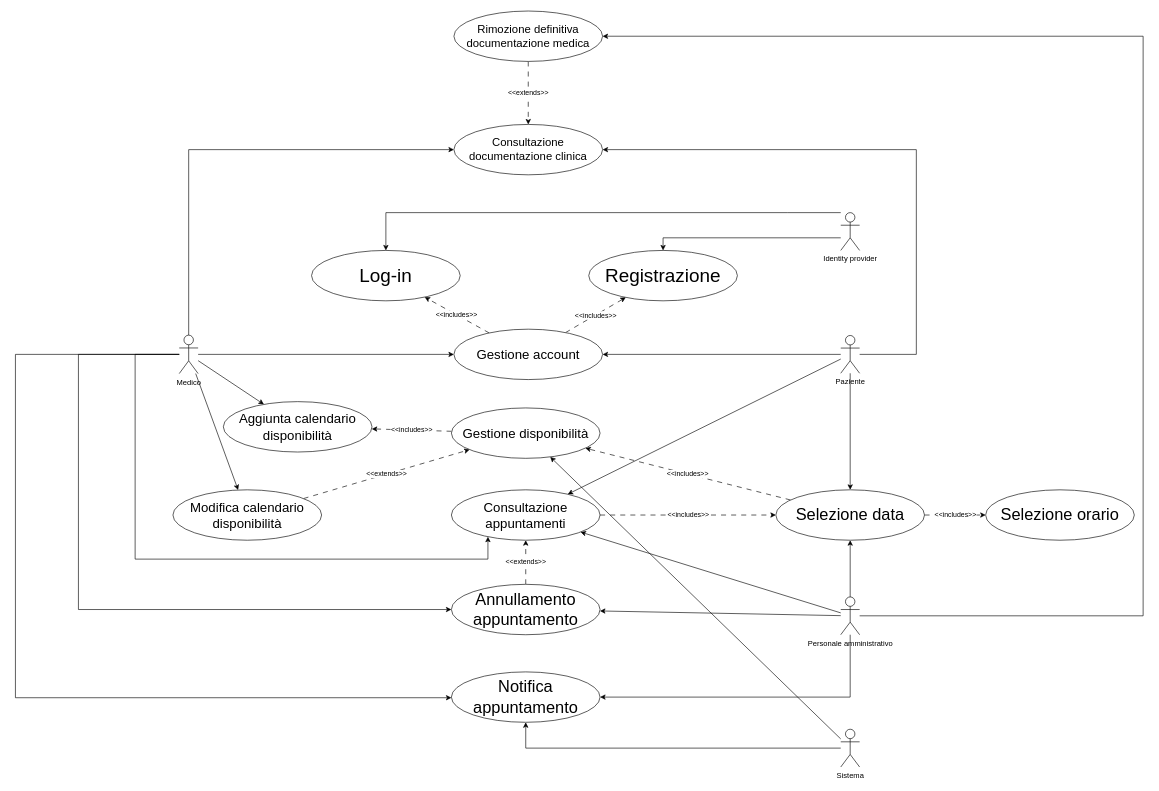
frncscrlnd/MedSync-Sistema-di-Gestione-Appuntamenti-e-Documentazione-Medica keeps this draw.io diagram as page "caseUse" (1 of 5) of DiagrammiMedSync.drawio. Above is the earlier version. Source tidied: cells renumbered, new cells numbered last; positions are measured from the earlier drawing's top-left corner, leaving out a move shared by most shapes. Both pictures are drawn from the tidied source at 63%, with x=0, y=0 at pixel (15, 11).
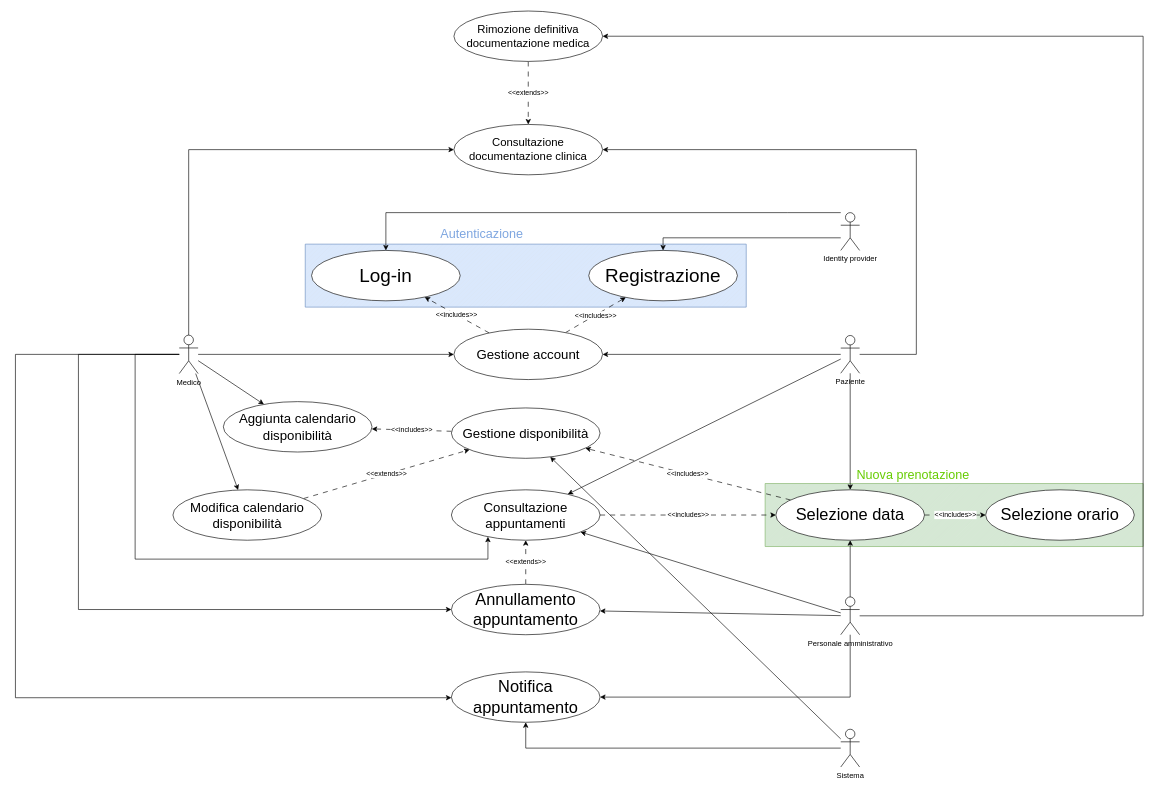
After the change.

What changed in the source:
```diff
@@
+    <mxCell id="49" style="verticalLabelPosition=bottom;verticalAlign=top;html=1;shape=mxgraph.basic.patternFillRect;fillStyle=diag;step=5;fillStrokeWidth=0.2;fillStrokeColor=#dddddd;fillColor=#dae8fc;strokeColor=#6c8ebf;" parent="1" vertex="1">
+      <mxGeometry x="460" y="370" width="700" height="100" as="geometry" />
+    </mxCell>
+    <mxCell id="50" style="verticalLabelPosition=bottom;verticalAlign=top;html=1;shape=mxgraph.basic.patternFillRect;fillStyle=diag;step=5;fillStrokeWidth=0.2;fillStrokeColor=#dddddd;fillColor=#d5e8d4;strokeColor=#82b366;" parent="1" vertex="1">
+      <mxGeometry x="1190" y="750" width="600" height="100" as="geometry" />
+    </mxCell>
@@
+    <mxCell id="51" value="&lt;font style=&quot;color: rgb(102, 204, 0); font-size: 20px;&quot;&gt;Nuova prenotazione&lt;/font&gt;" style="text;html=1;align=center;verticalAlign=middle;whiteSpace=wrap;rounded=0;" parent="1" vertex="1">
+      <mxGeometry x="1320" y="720" width="210" height="30" as="geometry" />
+    </mxCell>
+    <mxCell id="52" value="&lt;font style=&quot;font-size: 20px; color: rgb(126, 166, 224);&quot;&gt;Autenticazione&lt;/font&gt;" style="text;html=1;align=center;verticalAlign=middle;strokeColor=none;fillColor=none;" parent="1" vertex="1">
+      <mxGeometry x="665" y="333" width="150" height="40" as="geometry" />
+    </mxCell>
```
